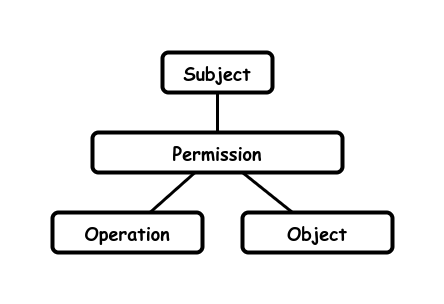
garfix/architectural-patterns keeps this draw.io diagram as images/access-control-list.drawio.png. Above is the earlier version. Source tidied: cells renumbered, new cells last; positions are measured from the earlier drawing's top-left corner, leaving out a move shared by most shapes.
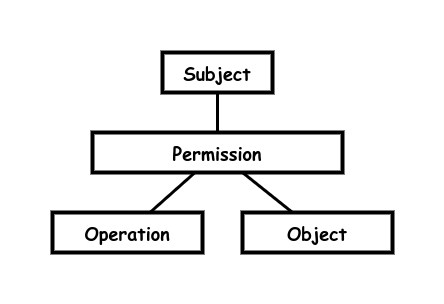
After the change.

What changed in the source:
```diff
@@ -2,13 +2,13 @@
   <root>
     <mxCell id="0" />
     <mxCell id="1" parent="0" />
-    <mxCell id="2" value="&lt;b style=&quot;font-size: 18px;&quot;&gt;Subject&lt;br&gt;&lt;/b&gt;" style="rounded=1;whiteSpace=wrap;html=1;strokeWidth=4;fontFamily=Comic Sans MS;fontSize=18;" parent="1" vertex="1">
+    <mxCell id="2" value="&lt;b style=&quot;font-size: 18px;&quot;&gt;Subject&lt;br&gt;&lt;/b&gt;" style="rounded=0;whiteSpace=wrap;html=1;strokeWidth=4;fontFamily=Comic Sans MS;fontSize=18;" parent="1" vertex="1">
       <mxGeometry x="110" width="110" height="40" as="geometry" />
     </mxCell>
-    <mxCell id="3" value="&lt;b style=&quot;font-size: 18px;&quot;&gt;Permission&lt;br&gt;&lt;/b&gt;" style="rounded=1;whiteSpace=wrap;html=1;strokeWidth=4;fontFamily=Comic Sans MS;fontSize=18;" parent="1" vertex="1">
+    <mxCell id="3" value="&lt;b style=&quot;font-size: 18px;&quot;&gt;Permission&lt;br&gt;&lt;/b&gt;" style="rounded=0;whiteSpace=wrap;html=1;strokeWidth=4;fontFamily=Comic Sans MS;fontSize=18;" parent="1" vertex="1">
       <mxGeometry x="40" y="80" width="250" height="40" as="geometry" />
     </mxCell>
-    <mxCell id="4" value="&lt;b style=&quot;font-size: 18px;&quot;&gt;Object&lt;br&gt;&lt;/b&gt;" style="rounded=1;whiteSpace=wrap;html=1;strokeWidth=4;fontFamily=Comic Sans MS;fontSize=18;" parent="1" vertex="1">
+    <mxCell id="4" value="&lt;b style=&quot;font-size: 18px;&quot;&gt;Object&lt;br&gt;&lt;/b&gt;" style="rounded=0;whiteSpace=wrap;html=1;strokeWidth=4;fontFamily=Comic Sans MS;fontSize=18;" parent="1" vertex="1">
       <mxGeometry x="190" y="160" width="150" height="40" as="geometry" />
     </mxCell>
     <mxCell id="5" style="endArrow=none;html=1;rounded=0;strokeWidth=3;endFill=0;" parent="1" edge="1" target="3">
@@ -19,7 +19,7 @@
     <mxCell id="6" style="endArrow=none;html=1;rounded=0;strokeWidth=3;endFill=0;" parent="1" edge="1" source="3" target="4">
       <mxGeometry relative="1" as="geometry" />
     </mxCell>
-    <mxCell id="7" value="&lt;b style=&quot;font-size: 18px;&quot;&gt;Operation&lt;br&gt;&lt;/b&gt;" style="rounded=1;whiteSpace=wrap;html=1;strokeWidth=4;fontFamily=Comic Sans MS;fontSize=18;" parent="1" vertex="1">
+    <mxCell id="7" value="&lt;b style=&quot;font-size: 18px;&quot;&gt;Operation&lt;br&gt;&lt;/b&gt;" style="rounded=0;whiteSpace=wrap;html=1;strokeWidth=4;fontFamily=Comic Sans MS;fontSize=18;" parent="1" vertex="1">
       <mxGeometry y="160" width="150" height="40" as="geometry" />
     </mxCell>
     <mxCell id="8" style="endArrow=none;html=1;rounded=0;strokeWidth=3;endFill=0;" parent="1" edge="1" source="3" target="7">
```
